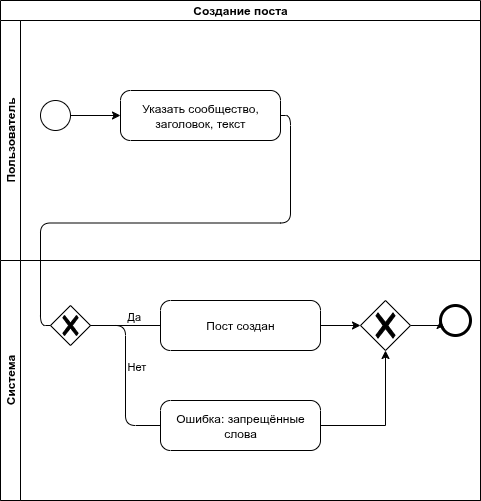
Before: Charts/IDEF0/Untitled Diagram-Page-8.drawio.png, a diagram exported from draw.io (Deumir404/diploma). Source tidied: cells renumbered, new cells last; positions are measured from the earlier drawing's top-left corner, leaving out a move shared by most shapes.
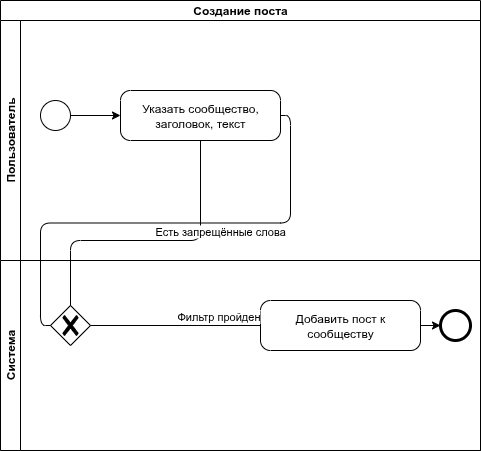
After the change.

Diff of the diagram source:
```diff
@@ -3,7 +3,7 @@
     <mxCell id="0" />
     <mxCell id="1" parent="0" />
     <mxCell id="2" value="Создание поста" style="swimlane;html=1;horizontal=1;startSize=20;whiteSpace=wrap;" parent="1" vertex="1">
-      <mxGeometry width="480" height="500" as="geometry" />
+      <mxGeometry width="480" height="450" as="geometry" />
     </mxCell>
     <mxCell id="3" value="Пользователь" style="swimlane;html=1;startSize=20;horizontal=0;" parent="2" vertex="1">
       <mxGeometry y="20" width="480" height="240" as="geometry" />
@@ -18,40 +18,33 @@
       <mxGeometry relative="1" as="geometry" />
     </mxCell>
     <mxCell id="7" value="Система" style="swimlane;html=1;startSize=20;horizontal=0;" parent="2" vertex="1">
-      <mxGeometry y="260" width="480" height="240" as="geometry" />
+      <mxGeometry y="260" width="480" height="190" as="geometry" />
     </mxCell>
     <mxCell id="8" style="shape=mxgraph.bpmn.gateway2;html=1;verticalLabelPosition=bottom;labelBackgroundColor=#ffffff;verticalAlign=top;background=general;points=[[0.25,0.25,0],[0.5,0,0],[0.75,0.25,0],[1,0.5,0],[0.75,0.75,0],[0.5,1,0],[0.25,0.75,0],[0,0.5,0]];perimeter=rhombusPerimeter;outlineConnect=0;outline=none;symbol=none;gwType=exclusive;" parent="7" vertex="1">
       <mxGeometry x="50" y="45" width="40" height="40" as="geometry" />
     </mxCell>
+    <mxCell id="19" style="edgeStyle=orthogonalEdgeStyle;rounded=0;jettySize=auto;html=1;exitX=1;exitY=0.5;exitDx=0;exitDy=0;exitPerimeter=0;entryX=0;entryY=0.5;entryDx=0;entryDy=0;" parent="7" edge="1" source="9" target="11">
+      <mxGeometry relative="1" as="geometry" />
+    </mxCell>
-    <mxCell id="9" value="Пост создан" style="points=[[0.25,0,0],[0.5,0,0],[0.75,0,0],[1,0.25,0],[1,0.5,0],[1,0.75,0],[0.75,1,0],[0.5,1,0],[0.25,1,0],[0,0.75,0],[0,0.5,0],[0,0.25,0]];shape=mxgraph.bpmn.task2;whiteSpace=wrap;rectStyle=rounded;size=10;html=1;taskMarker=abstract;" parent="7" vertex="1">
-      <mxGeometry x="160" y="40" width="160" height="50" as="geometry" />
+    <mxCell id="9" value="Добавить пост к сообществу" style="points=[[0.25,0,0],[0.5,0,0],[0.75,0,0],[1,0.25,0],[1,0.5,0],[1,0.75,0],[0.75,1,0],[0.5,1,0],[0.25,1,0],[0,0.75,0],[0,0.5,0],[0,0.25,0]];shape=mxgraph.bpmn.task2;whiteSpace=wrap;rectStyle=rounded;size=10;html=1;taskMarker=abstract;" parent="7" vertex="1">
+      <mxGeometry x="260" y="40" width="160" height="50" as="geometry" />
     </mxCell>
-    <mxCell id="10" value="Ошибка: запрещённые слова" style="points=[[0.25,0,0],[0.5,0,0],[0.75,0,0],[1,0.25,0],[1,0.5,0],[1,0.75,0],[0.75,1,0],[0.5,1,0],[0.25,1,0],[0,0.75,0],[0,0.5,0],[0,0.25,0]];shape=mxgraph.bpmn.task2;whiteSpace=wrap;rectStyle=rounded;size=10;html=1;taskMarker=abstract;" parent="7" vertex="1">
-      <mxGeometry x="160" y="140" width="160" height="50" as="geometry" />
-    </mxCell>
     <mxCell id="11" style="shape=mxgraph.bpmn.shape;html=1;verticalLabelPosition=bottom;labelBackgroundColor=#ffffff;verticalAlign=top;perimeter=ellipsePerimeter;outlineConnect=0;outline=end;symbol=general;" parent="7" vertex="1">
-      <mxGeometry x="440" y="45" width="30" height="30" as="geometry" />
+      <mxGeometry x="440" y="50" width="30" height="30" as="geometry" />
     </mxCell>
-    <mxCell id="12" value="Да" style="edgeStyle=orthogonalEdgeStyle;html=1;align=left;verticalAlign=bottom;endArrow=none;endSize=12;exitX=1;exitY=0.5;entryX=0;entryY=0.5;" parent="7" edge="1" source="8" target="9">
+    <mxCell id="12" value="Фильтр пройден" style="edgeStyle=orthogonalEdgeStyle;html=1;align=left;verticalAlign=bottom;endArrow=none;endSize=12;exitX=1;exitY=0.5;entryX=0;entryY=0.5;" parent="7" edge="1" source="8" target="9">
       <mxGeometry relative="1" as="geometry" />
     </mxCell>
+    <mxCell id="18" style="edgeStyle=orthogonalEdgeStyle;html=1;verticalAlign=bottom;endArrow=none;endSize=12;exitX=1;exitY=0.5;entryX=0;entryY=0.5;" parent="2" edge="1" source="5" target="8">
+      <mxGeometry relative="1" as="geometry" />
+    </mxCell>
-    <mxCell id="13" value="Нет" style="edgeStyle=orthogonalEdgeStyle;html=1;align=left;verticalAlign=bottom;endArrow=none;endSize=12;exitX=1;exitY=0.5;entryX=0;entryY=0.5;" parent="7" edge="1" source="8" target="10">
-      <mxGeometry relative="1" as="geometry" />
+    <mxCell id="13" value="Есть запрещённые слова" style="edgeStyle=orthogonalEdgeStyle;html=1;align=left;verticalAlign=bottom;endArrow=none;endSize=12;exitX=0.5;exitY=0;entryX=0.5;entryY=1;entryDx=0;entryDy=0;entryPerimeter=0;exitDx=0;exitDy=0;exitPerimeter=0;" parent="2" edge="1" source="8" target="5">
+      <mxGeometry relative="1" as="geometry">
+        <Array as="points">
+          <mxPoint x="70" y="240" />
+          <mxPoint x="200" y="240" />
+        </Array>
+      </mxGeometry>
     </mxCell>
-    <mxCell id="14" style="edgeStyle=orthogonalEdgeStyle;rounded=0;jettySize=auto;html=1;exitX=1;exitY=0.5;exitDx=0;exitDy=0;exitPerimeter=0;entryX=0;entryY=0.5;entryDx=0;entryDy=0;" parent="7" edge="1" source="15" target="11">
-      <mxGeometry relative="1" as="geometry" />
-    </mxCell>
-    <mxCell id="15" style="points=[[0.25,0.25,0],[0.5,0,0],[0.75,0.25,0],[1,0.5,0],[0.75,0.75,0],[0.5,1,0],[0.25,0.75,0],[0,0.5,0]];shape=mxgraph.bpmn.gateway2;html=1;verticalLabelPosition=bottom;labelBackgroundColor=#ffffff;verticalAlign=top;align=center;perimeter=rhombusPerimeter;outlineConnect=0;outline=none;symbol=none;gwType=exclusive;" parent="7" vertex="1">
-      <mxGeometry x="360" y="40" width="50" height="50" as="geometry" />
-    </mxCell>
-    <mxCell id="16" style="edgeStyle=orthogonalEdgeStyle;rounded=0;jettySize=auto;html=1;exitX=1;exitY=0.5;exitDx=0;exitDy=0;exitPerimeter=0;entryX=0;entryY=0.5;entryDx=0;entryDy=0;entryPerimeter=0;" parent="7" edge="1" source="9" target="15">
-      <mxGeometry relative="1" as="geometry" />
-    </mxCell>
-    <mxCell id="17" style="edgeStyle=orthogonalEdgeStyle;rounded=0;jettySize=auto;html=1;exitX=1;exitY=0.5;exitDx=0;exitDy=0;exitPerimeter=0;entryX=0.5;entryY=1;entryDx=0;entryDy=0;entryPerimeter=0;" parent="7" edge="1" source="10" target="15">
-      <mxGeometry relative="1" as="geometry" />
-    </mxCell>
-    <mxCell id="18" style="edgeStyle=orthogonalEdgeStyle;html=1;verticalAlign=bottom;endArrow=none;endSize=12;exitX=1;exitY=0.5;entryX=0;entryY=0.5;" parent="2" edge="1" source="5" target="8">
-      <mxGeometry relative="1" as="geometry" />
-    </mxCell>
   </root>
 </mxGraphModel>
```
